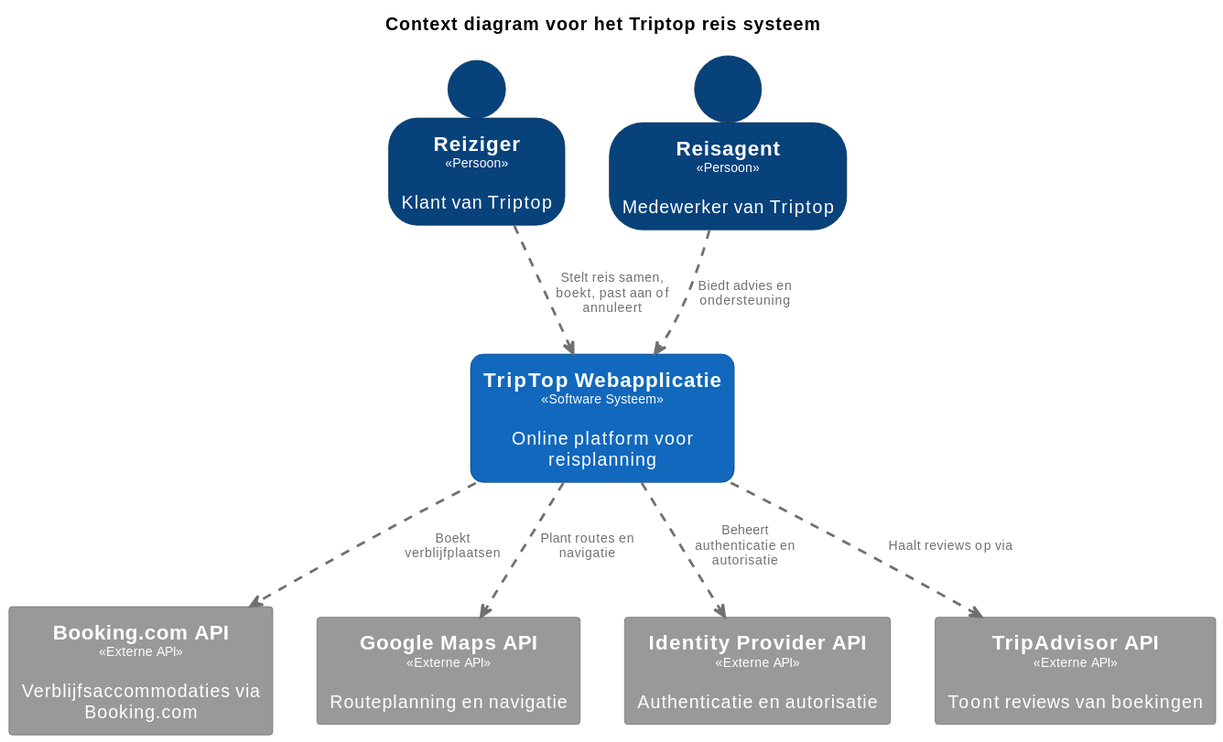
Before: software-guidebook/resources/context-diagram.svg, a diagram exported from PlantUML (AIM-ENE-feb25/triptop-groep-b3).
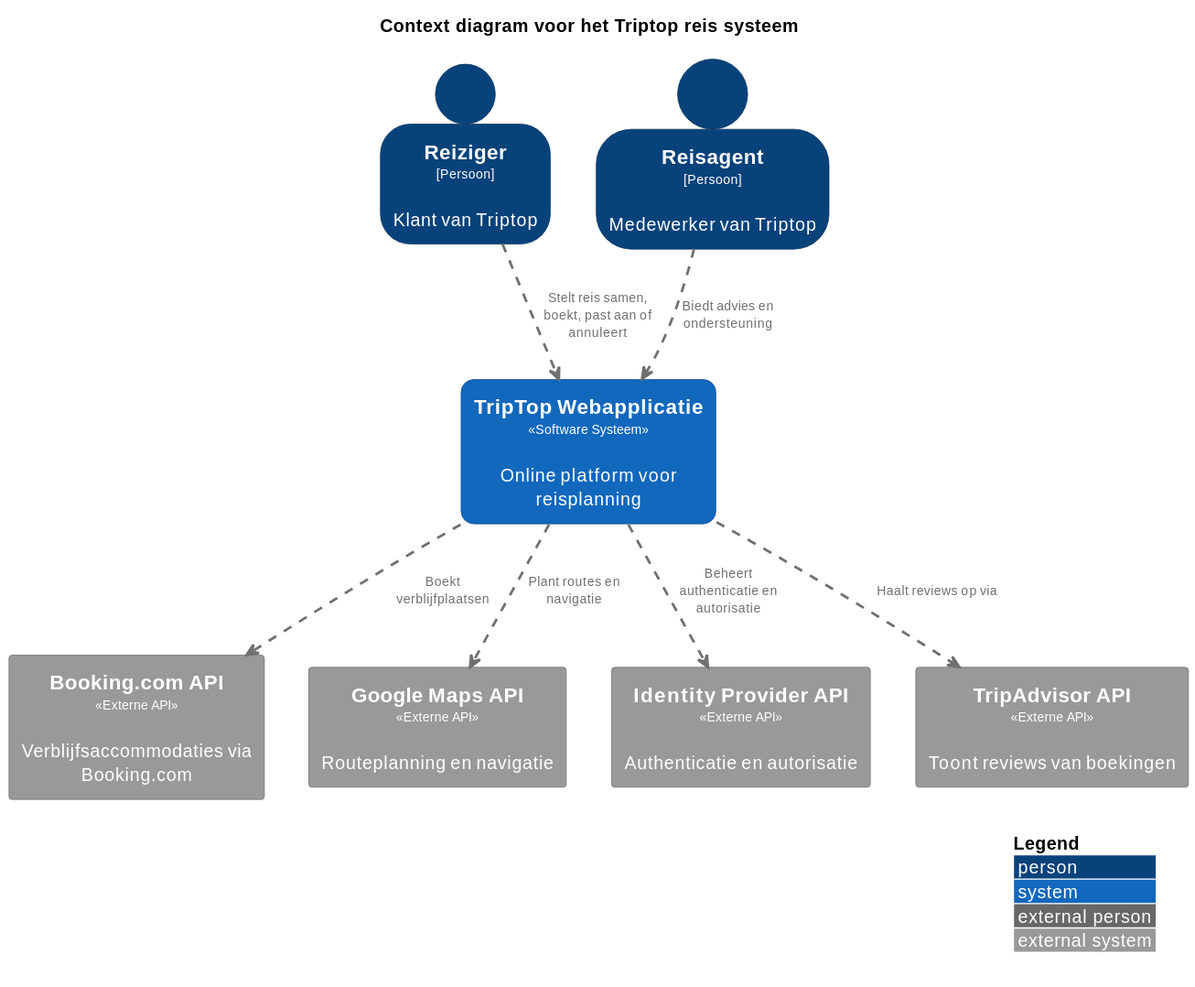
After the commit.

Commit message:
added google maps to container diagram explanation, added legend to context diagram, changed text in frontend component diagram to match overall message better

Change to the diagram source:
```diff
@@ -1,5 +1,9 @@
 @startuml
+!include <C4/C4_Context>
+
+LAYOUT_WITH_LEGEND()
 title Context diagram voor het Triptop reis systeem
+
 
 top to bottom direction
 
@@ -41,8 +45,8 @@
   shadowing false
 }
 
-person "==Reiziger\n<size:10><<Persoon>></size>\n\nKlant van Triptop" <<Reiziger>> as Reiziger
-person "==Reisagent\n<size:10><<Persoon>></size>\n\nMedewerker van Triptop" <<Reisagent>> as Reisagent
+person "==Reiziger\n<size:10>[Persoon]</size>\n\nKlant van Triptop" <<Reiziger>> as Reiziger
+person "==Reisagent\n<size:10>[Persoon]</size>\n\nMedewerker van Triptop" <<Reisagent>> as Reisagent
 
 rectangle "==TripTop Webapplicatie\n<size:10><<Software Systeem>></size>\n\nOnline platform voor reisplanning" <<TripTopWebapplicatie>> as TripTopWebapplicatie
 
```
